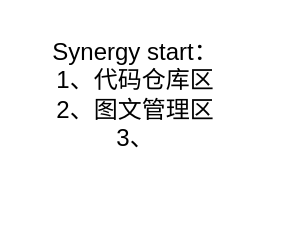
Earlier version of the draw.io diagram Synergy.drawio (UTOUUCENTER-CD/Adv-Mathematics). Source tidied: cells renumbered, new cells numbered last; positions are measured from the earlier drawing's top-left corner, leaving out a move shared by most shapes. Both pictures are drawn from the tidied source at 200%, with x=0, y=0 at pixel (34, 34).
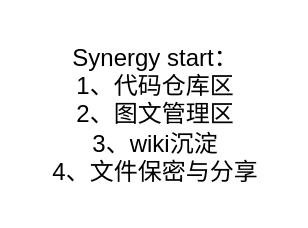
The same page after the edit.

Change to the diagram source:
```diff
@@
 <mxGraphModel>
   <root>
     <mxCell id="0" />
     <mxCell id="1" parent="0" />
-    <mxCell id="2" value="Synergy&amp;nbsp;start：&lt;br&gt;1、代码仓库区&lt;br&gt;2、图文管理区&lt;br&gt;3、" style="text;html=1;align=center;verticalAlign=middle;strokeColor=none;fillColor=none;" parent="1" vertex="1">
-      <mxGeometry width="100" height="60" as="geometry" />
+    <mxCell id="2" value="Synergy&amp;nbsp;start：&lt;br&gt;1、代码仓库区&lt;br&gt;2、图文管理区&lt;br&gt;3、wiki沉淀&lt;br&gt;4、文件保密与分享&lt;br&gt;" style="text;html=1;align=center;verticalAlign=middle;strokeColor=none;fillColor=none;" parent="1" vertex="1">
+      <mxGeometry width="120" height="80" as="geometry" />
     </mxCell>
   </root>
 </mxGraphModel>
```
